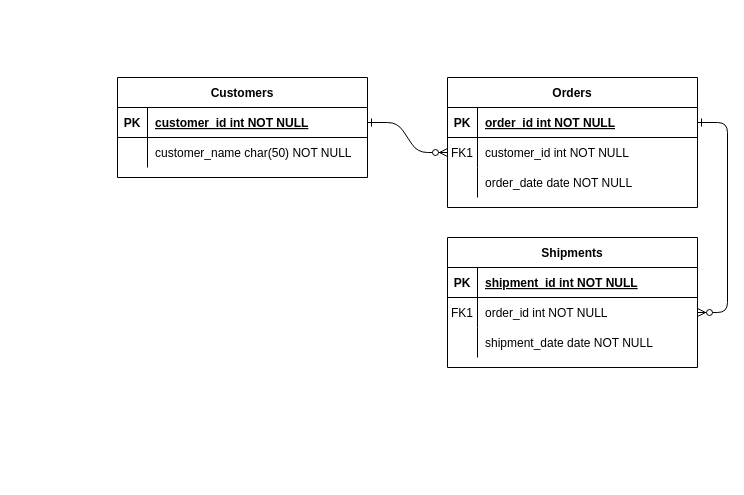
Before: Diagramme sans nom.drawio in yannaly/my-tp, a draw.io diagram. Source tidied: cells renumbered, new cells numbered last; positions are measured from the earlier drawing's top-left corner, leaving out a move shared by most shapes. Both pictures are drawn from the tidied source at 100%, with x=0, y=0 at pixel (117, 77).
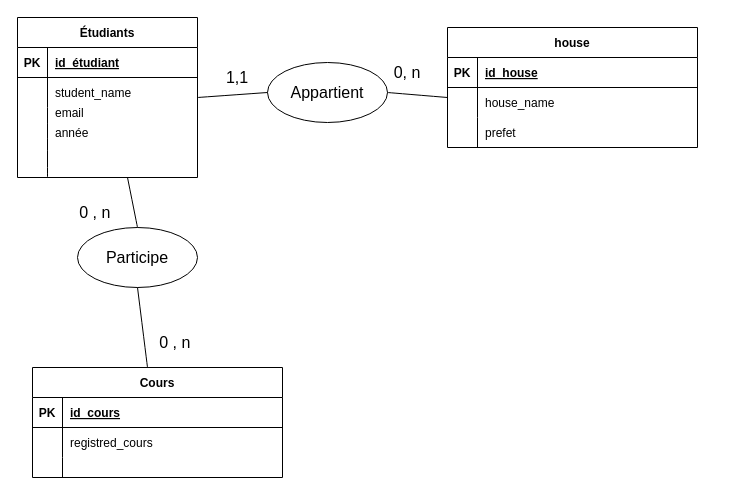
The same page after the edit.

The change refers to these unchanged cells:
```xml
<mxCell id="5" style="shape=partialRectangle;fillColor=none;points=[[0,0.5],[1,0.5]];portConstraint=eastwest;top=0;left=0;right=0;bottom=1;" parent="4" vertex="1">
  <mxGeometry y="30" width="250" height="30" as="geometry" />
</mxCell>
<mxCell id="8" style="shape=partialRectangle;fillColor=none;points=[[0,0.5],[1,0.5]];portConstraint=eastwest;top=0;left=0;right=0;bottom=0;" parent="4" vertex="1">
  <mxGeometry y="60" width="250" height="30" as="geometry" />
</mxCell>
<mxCell id="11" style="shape=partialRectangle;fillColor=none;top=0;left=0;right=0;bottom=0;" parent="4" vertex="1">
  <mxGeometry y="90" width="250" height="30" as="geometry" />
</mxCell>
<mxCell id="15" style="shape=partialRectangle;fillColor=none;top=0;left=0;right=0;bottom=1;" parent="14" vertex="1">
  <mxGeometry y="30" width="250" height="30" as="geometry" />
</mxCell>
<mxCell id="18" style="shape=partialRectangle;fillColor=none;points=[[0,0.5],[1,0.5]];portConstraint=eastwest;top=0;left=0;right=0;bottom=0;" parent="14" vertex="1">
  <mxGeometry y="60" width="250" height="30" as="geometry" />
</mxCell>
```

Diff of the diagram source:
```diff
@@
-    <mxCell id="2" style="edgeStyle=entityRelationEdgeStyle;endArrow=ERzeroToMany;startArrow=ERone;endFill=1;startFill=0;" parent="1" edge="1" source="25" target="8">
-      <mxGeometry relative="1" as="geometry" />
-    </mxCell>
-    <mxCell id="3" style="edgeStyle=entityRelationEdgeStyle;endArrow=ERzeroToMany;startArrow=ERone;endFill=1;startFill=0;" parent="1" edge="1" source="5" target="18">
-      <mxGeometry relative="1" as="geometry" />
-    </mxCell>
-    <mxCell id="4" value="Orders" style="shape=table;startSize=30;childLayout=tableLayout;rowLines=0;fontStyle=1;align=center;" parent="1" vertex="1">
-      <mxGeometry x="330" width="250" height="130" as="geometry" />
+    <mxCell id="4" value="house" style="shape=table;startSize=30;childLayout=tableLayout;rowLines=0;fontStyle=1;align=center;" parent="1" vertex="1">
+      <mxGeometry x="330" y="-50" width="250" height="120" as="geometry" />
     </mxCell>
@@
-    <mxCell id="7" value="order_id int NOT NULL " style="shape=partialRectangle;overflow=hidden;fillColor=none;top=0;left=0;bottom=0;right=0;align=left;spacingLeft=6;fontStyle=5;" parent="5" vertex="1">
+    <mxCell id="7" value="id_house" style="shape=partialRectangle;overflow=hidden;fillColor=none;top=0;left=0;bottom=0;right=0;align=left;spacingLeft=6;fontStyle=5;" parent="5" vertex="1">
       <mxGeometry x="30" width="220" height="30" as="geometry" />
     </mxCell>
@@
-    <mxCell id="9" value="FK1" style="shape=partialRectangle;overflow=hidden;fillColor=none;top=0;left=0;bottom=0;right=0;" parent="8" vertex="1">
+    <mxCell id="9" style="shape=partialRectangle;overflow=hidden;fillColor=none;top=0;left=0;bottom=0;right=0;" parent="8" vertex="1">
       <mxGeometry width="30" height="30" as="geometry" />
     </mxCell>
-    <mxCell id="10" value="customer_id int NOT NULL" style="shape=partialRectangle;overflow=hidden;fillColor=none;top=0;left=0;bottom=0;right=0;align=left;spacingLeft=6;" parent="8" vertex="1">
+    <mxCell id="10" value="house_name" style="shape=partialRectangle;overflow=hidden;fillColor=none;top=0;left=0;bottom=0;right=0;align=left;spacingLeft=6;" parent="8" vertex="1">
       <mxGeometry x="30" width="220" height="30" as="geometry" />
     </mxCell>
@@
-    <mxCell id="13" value="order_date date NOT NULL" style="shape=partialRectangle;overflow=hidden;fillColor=none;top=0;left=0;bottom=0;right=0;align=left;spacingLeft=6;" parent="11" vertex="1">
+    <mxCell id="13" value="prefet" style="shape=partialRectangle;overflow=hidden;fillColor=none;top=0;left=0;bottom=0;right=0;align=left;spacingLeft=6;" parent="11" vertex="1">
       <mxGeometry x="30" width="220" height="30" as="geometry" />
     </mxCell>
-    <mxCell id="14" value="Shipments" style="shape=table;startSize=30;childLayout=tableLayout;rowLines=0;fontStyle=1;align=center;" parent="1" vertex="1">
-      <mxGeometry x="330" y="160" width="250" height="130" as="geometry" />
+    <mxCell id="14" value="Cours" style="shape=table;startSize=30;childLayout=tableLayout;rowLines=0;fontStyle=1;align=center;" parent="1" vertex="1">
+      <mxGeometry x="-85" y="290" width="250" height="110" as="geometry" />
     </mxCell>
@@
-    <mxCell id="17" value="shipment_id int NOT NULL " style="shape=partialRectangle;overflow=hidden;fillColor=none;top=0;left=0;bottom=0;right=0;align=left;spacingLeft=6;fontStyle=5;" parent="15" vertex="1">
+    <mxCell id="17" value="id_cours" style="shape=partialRectangle;overflow=hidden;fillColor=none;top=0;left=0;bottom=0;right=0;align=left;spacingLeft=6;fontStyle=5;" parent="15" vertex="1">
       <mxGeometry x="30" width="220" height="30" as="geometry" />
     </mxCell>
@@
-    <mxCell id="19" value="FK1" style="shape=partialRectangle;overflow=hidden;fillColor=none;top=0;left=0;bottom=0;right=0;" parent="18" vertex="1">
+    <mxCell id="19" style="shape=partialRectangle;overflow=hidden;fillColor=none;top=0;left=0;bottom=0;right=0;" parent="18" vertex="1">
       <mxGeometry width="30" height="30" as="geometry" />
     </mxCell>
-    <mxCell id="20" value="order_id int NOT NULL" style="shape=partialRectangle;overflow=hidden;fillColor=none;top=0;left=0;bottom=0;right=0;align=left;spacingLeft=6;" parent="18" vertex="1">
+    <mxCell id="20" value="registred_cours" style="shape=partialRectangle;overflow=hidden;fillColor=none;top=0;left=0;bottom=0;right=0;align=left;spacingLeft=6;" parent="18" vertex="1">
       <mxGeometry x="30" width="220" height="30" as="geometry" />
     </mxCell>
     <mxCell id="21" style="shape=partialRectangle;fillColor=none;top=0;left=0;right=0;bottom=0;" parent="14" vertex="1">
-      <mxGeometry y="90" width="250" height="30" as="geometry" />
+      <mxGeometry y="90" width="250" height="20" as="geometry" />
     </mxCell>
     <mxCell id="22" style="shape=partialRectangle;overflow=hidden;fillColor=none;top=0;left=0;bottom=0;right=0;" parent="21" vertex="1">
-      <mxGeometry width="30" height="30" as="geometry" />
+      <mxGeometry width="30" height="20" as="geometry" />
     </mxCell>
-    <mxCell id="23" value="shipment_date date NOT NULL" style="shape=partialRectangle;overflow=hidden;fillColor=none;top=0;left=0;bottom=0;right=0;align=left;spacingLeft=6;" parent="21" vertex="1">
-      <mxGeometry x="30" width="220" height="30" as="geometry" />
+    <mxCell id="23" style="shape=partialRectangle;overflow=hidden;fillColor=none;top=0;left=0;bottom=0;right=0;align=left;spacingLeft=6;" parent="21" vertex="1">
+      <mxGeometry x="30" width="220" height="20" as="geometry" />
     </mxCell>
-    <mxCell id="24" value="Customers" style="shape=table;startSize=30;childLayout=tableLayout;rowLines=0;fontStyle=1;align=center;" parent="1" vertex="1">
-      <mxGeometry width="250" height="100" as="geometry" />
+    <mxCell id="24" value="Étudiants" style="shape=table;startSize=30;childLayout=tableLayout;rowLines=0;fontStyle=1;align=center;" parent="1" vertex="1">
+      <mxGeometry x="-100" y="-60" width="180" height="160" as="geometry" />
     </mxCell>
     <mxCell id="25" style="shape=partialRectangle;fillColor=none;points=[[0,0.5],[1,0.5]];portConstraint=eastwest;top=0;left=0;right=0;bottom=1;" parent="24" vertex="1">
-      <mxGeometry y="30" width="250" height="30" as="geometry" />
+      <mxGeometry y="30" width="180" height="30" as="geometry" />
     </mxCell>
@@
-    <mxCell id="27" value="customer_id int NOT NULL " style="shape=partialRectangle;overflow=hidden;fillColor=none;top=0;left=0;bottom=0;right=0;align=left;spacingLeft=6;fontStyle=5;" parent="25" vertex="1">
-      <mxGeometry x="30" width="220" height="30" as="geometry" />
+    <mxCell id="27" value="id_étudiant" style="shape=partialRectangle;overflow=hidden;fillColor=none;top=0;left=0;bottom=0;right=0;align=left;spacingLeft=6;fontStyle=5;" parent="25" vertex="1">
+      <mxGeometry x="30" width="150" height="30" as="geometry" />
     </mxCell>
     <mxCell id="28" style="shape=partialRectangle;fillColor=none;top=0;left=0;right=0;bottom=0;" parent="24" vertex="1">
-      <mxGeometry y="60" width="250" height="30" as="geometry" />
+      <mxGeometry y="60" width="180" height="30" as="geometry" />
     </mxCell>
@@
-    <mxCell id="30" value="customer_name char(50) NOT NULL" style="shape=partialRectangle;overflow=hidden;fillColor=none;top=0;left=0;bottom=0;right=0;align=left;spacingLeft=6;" parent="28" vertex="1">
-      <mxGeometry x="30" width="220" height="30" as="geometry" />
+    <mxCell id="30" value="student_name" style="shape=partialRectangle;overflow=hidden;fillColor=none;top=0;left=0;bottom=0;right=0;align=left;spacingLeft=6;" parent="28" vertex="1">
+      <mxGeometry x="30" width="150" height="30" as="geometry" />
     </mxCell>
+    <mxCell id="31" value="email" style="shape=partialRectangle;overflow=hidden;fillColor=none;top=0;left=0;bottom=0;right=0;align=left;spacingLeft=6;" parent="1" vertex="1">
+      <mxGeometry x="-70" y="20" width="220" height="30" as="geometry" />
+    </mxCell>
+    <mxCell id="32" value="année" style="shape=partialRectangle;overflow=hidden;fillColor=none;top=0;left=0;bottom=0;right=0;align=left;spacingLeft=6;" parent="1" vertex="1">
+      <mxGeometry x="-70" y="40" width="220" height="30" as="geometry" />
+    </mxCell>
+    <mxCell id="33" style="endArrow=none;html=1;rounded=0;fontSize=12;startSize=8;endSize=8;curved=1;" parent="1" edge="1">
+      <mxGeometry relative="1" as="geometry">
+        <mxPoint x="-70" y="100" as="sourcePoint" />
+        <mxPoint x="-70" y="30" as="targetPoint" />
+      </mxGeometry>
+    </mxCell>
+    <mxCell id="34" value="Appartient" style="ellipse;whiteSpace=wrap;html=1;fontSize=16;" parent="1" vertex="1">
+      <mxGeometry x="150" y="-15" width="120" height="60" as="geometry" />
+    </mxCell>
+    <mxCell id="35" value="Participe" style="ellipse;whiteSpace=wrap;html=1;fontSize=16;" parent="1" vertex="1">
+      <mxGeometry x="-40" y="150" width="120" height="60" as="geometry" />
+    </mxCell>
+    <mxCell id="36" style="endArrow=none;html=1;rounded=0;fontSize=12;startSize=8;endSize=8;curved=1;entryX=0;entryY=0.5;entryDx=0;entryDy=0;" parent="1" edge="1" target="34">
+      <mxGeometry relative="1" as="geometry">
+        <mxPoint x="80" y="20" as="sourcePoint" />
+      </mxGeometry>
+    </mxCell>
+    <mxCell id="37" style="endArrow=none;html=1;rounded=0;fontSize=12;startSize=8;endSize=8;curved=1;exitX=1;exitY=0.5;exitDx=0;exitDy=0;" parent="1" edge="1" source="34">
+      <mxGeometry relative="1" as="geometry">
+        <mxPoint x="330" y="20" as="targetPoint" />
+      </mxGeometry>
+    </mxCell>
+    <mxCell id="38" style="endArrow=none;html=1;rounded=0;fontSize=12;startSize=8;endSize=8;curved=1;exitX=0.5;exitY=0;exitDx=0;exitDy=0;" parent="1" edge="1" source="35">
+      <mxGeometry relative="1" as="geometry">
+        <mxPoint x="10" y="100" as="targetPoint" />
+      </mxGeometry>
+    </mxCell>
+    <mxCell id="39" style="endArrow=none;html=1;rounded=0;fontSize=12;startSize=8;endSize=8;curved=1;entryX=0.5;entryY=1;entryDx=0;entryDy=0;" parent="1" edge="1" target="35">
+      <mxGeometry relative="1" as="geometry">
+        <mxPoint x="30" y="290" as="sourcePoint" />
+      </mxGeometry>
+    </mxCell>
+    <mxCell id="40" value="1,1" style="text;html=1;strokeColor=none;fillColor=none;align=center;verticalAlign=middle;whiteSpace=wrap;rounded=0;fontSize=16;" parent="1" vertex="1">
+      <mxGeometry x="90" y="-15" width="60" height="30" as="geometry" />
+    </mxCell>
+    <mxCell id="41" value="0, n" style="text;html=1;strokeColor=none;fillColor=none;align=center;verticalAlign=middle;whiteSpace=wrap;rounded=0;fontSize=16;" parent="1" vertex="1">
+      <mxGeometry x="260" y="-20" width="60" height="30" as="geometry" />
+    </mxCell>
+    <mxCell id="42" value="0 , n&amp;nbsp;" style="text;html=1;strokeColor=none;fillColor=none;align=center;verticalAlign=middle;whiteSpace=wrap;rounded=0;fontSize=16;" parent="1" vertex="1">
+      <mxGeometry x="-50" y="120" width="60" height="30" as="geometry" />
+    </mxCell>
+    <mxCell id="43" value="0 , n&amp;nbsp;" style="text;html=1;strokeColor=none;fillColor=none;align=center;verticalAlign=middle;whiteSpace=wrap;rounded=0;fontSize=16;" parent="1" vertex="1">
+      <mxGeometry x="30" y="250" width="60" height="30" as="geometry" />
+    </mxCell>
```
